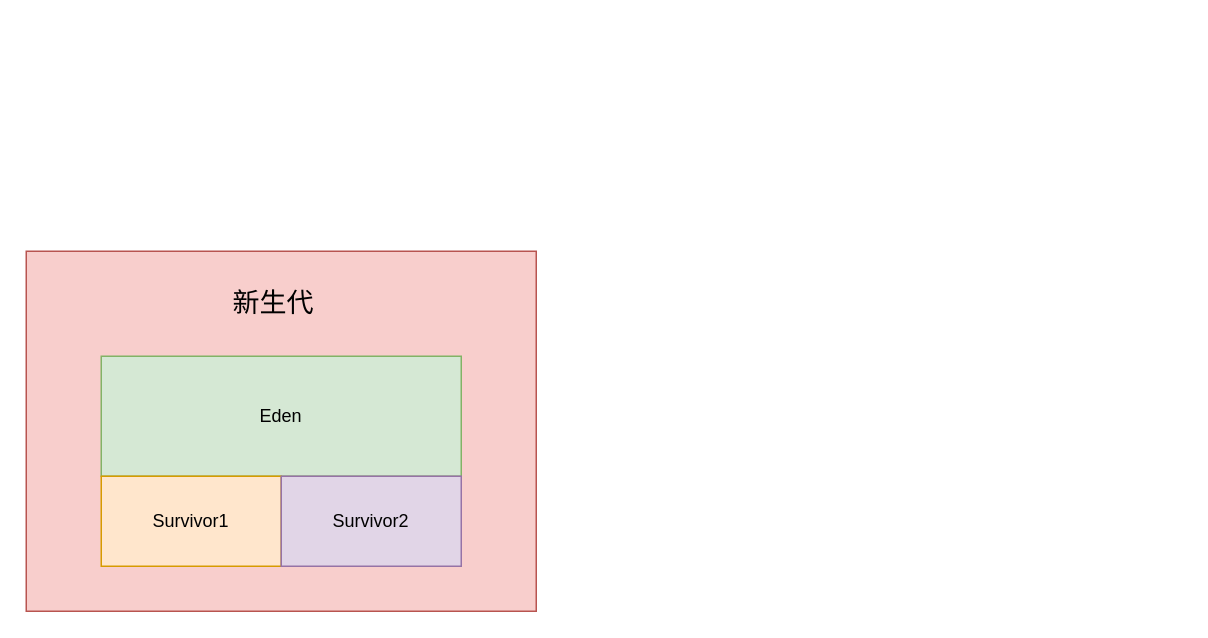
Earlier version of the draw.io diagram 架构笔记/从0开始带你成为JVM实战高手/019_"Stop the World”问题分析：JVM最让人无奈的痛点.drawio (childin/childin). Source tidied: cells renumbered, new cells numbered last; positions are measured from the earlier drawing's top-left corner, leaving out a move shared by most shapes. Both pictures are drawn from the tidied source at 150%, with x=0, y=0 at pixel (26, 250).
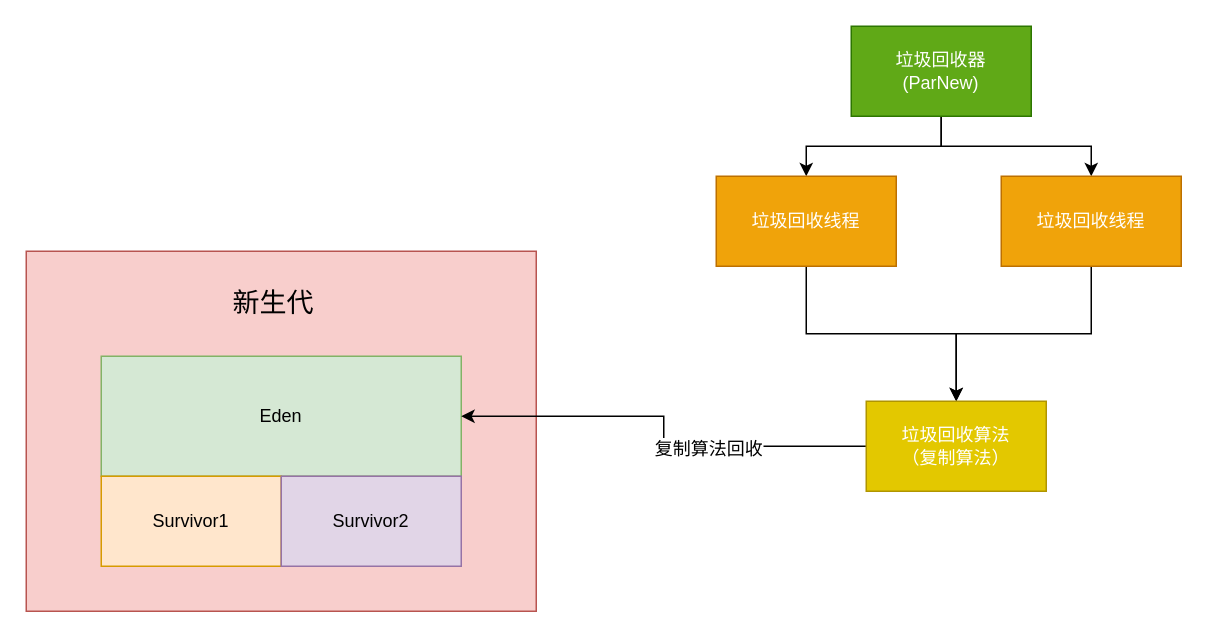
After the change.

Commit message (it also covers changes not shown here):
更新019_"Stop the World”问题分析：JVM最让人无奈的痛点.drawio

The edit, as a diff of the source:
```diff
@@
 <mxGraphModel>
   <root>
     <mxCell id="0" />
     <mxCell id="1" parent="0" />
     <mxCell id="2" style="rounded=0;whiteSpace=wrap;html=1;fillColor=#f8cecc;strokeColor=#b85450;" parent="1" vertex="1">
       <mxGeometry width="340" height="240" as="geometry" />
     </mxCell>
     <mxCell id="3" value="Eden" style="rounded=0;whiteSpace=wrap;html=1;fillColor=#d5e8d4;strokeColor=#82b366;" parent="1" vertex="1">
       <mxGeometry x="50" y="70" width="240" height="80" as="geometry" />
     </mxCell>
     <mxCell id="4" value="Survivor1" style="rounded=0;whiteSpace=wrap;html=1;fillColor=#ffe6cc;strokeColor=#d79b00;" parent="1" vertex="1">
       <mxGeometry x="50" y="150" width="120" height="60" as="geometry" />
     </mxCell>
     <mxCell id="5" value="Survivor2" style="rounded=0;whiteSpace=wrap;html=1;fillColor=#e1d5e7;strokeColor=#9673a6;" parent="1" vertex="1">
       <mxGeometry x="170" y="150" width="120" height="60" as="geometry" />
     </mxCell>
     <mxCell id="6" value="新生代" style="text;html=1;strokeColor=none;fillColor=none;align=center;verticalAlign=middle;whiteSpace=wrap;rounded=0;fontStyle=0;fontSize=18;" parent="1" vertex="1">
       <mxGeometry x="130" y="20" width="70" height="30" as="geometry" />
     </mxCell>
+    <mxCell id="7" style="edgeStyle=orthogonalEdgeStyle;rounded=0;jettySize=auto;html=1;fontSize=12;" parent="1" edge="1" source="9" target="11">
+      <mxGeometry relative="1" as="geometry" />
+    </mxCell>
+    <mxCell id="8" style="edgeStyle=orthogonalEdgeStyle;rounded=0;jettySize=auto;html=1;fontSize=12;" parent="1" edge="1" source="9" target="13">
+      <mxGeometry relative="1" as="geometry" />
+    </mxCell>
+    <mxCell id="9" value="垃圾回收器&lt;br&gt;(ParNew)" style="rounded=0;whiteSpace=wrap;html=1;fontSize=12;fillColor=#60a917;strokeColor=#2D7600;fontColor=#ffffff;" parent="1" vertex="1">
+      <mxGeometry x="550" y="-150" width="120" height="60" as="geometry" />
+    </mxCell>
+    <mxCell id="10" style="edgeStyle=orthogonalEdgeStyle;rounded=0;jettySize=auto;html=1;fontSize=12;" parent="1" edge="1" source="11" target="16">
+      <mxGeometry relative="1" as="geometry" />
+    </mxCell>
+    <mxCell id="11" value="垃圾回收线程" style="rounded=0;whiteSpace=wrap;html=1;fontSize=12;fillColor=#f0a30a;strokeColor=#BD7000;fontColor=#ffffff;" parent="1" vertex="1">
+      <mxGeometry x="460" y="-50" width="120" height="60" as="geometry" />
+    </mxCell>
+    <mxCell id="12" style="edgeStyle=orthogonalEdgeStyle;rounded=0;jettySize=auto;html=1;fontSize=12;" parent="1" edge="1" source="13" target="16">
+      <mxGeometry relative="1" as="geometry" />
+    </mxCell>
+    <mxCell id="13" value="垃圾回收线程" style="rounded=0;whiteSpace=wrap;html=1;fontSize=12;fillColor=#f0a30a;strokeColor=#BD7000;fontColor=#ffffff;" parent="1" vertex="1">
+      <mxGeometry x="650" y="-50" width="120" height="60" as="geometry" />
+    </mxCell>
+    <mxCell id="14" style="edgeStyle=orthogonalEdgeStyle;rounded=0;jettySize=auto;html=1;entryX=1;entryY=0.5;entryDx=0;entryDy=0;fontSize=12;" parent="1" edge="1" source="16" target="3">
+      <mxGeometry relative="1" as="geometry" />
+    </mxCell>
+    <mxCell id="15" value="复制算法回收" style="edgeLabel;html=1;align=center;verticalAlign=middle;fontSize=12;" parent="14" vertex="1">
+      <mxGeometry x="-0.27" y="1" relative="1" as="geometry" />
+    </mxCell>
+    <mxCell id="16" value="垃圾回收算法&lt;br&gt;（复制算法）" style="rounded=0;whiteSpace=wrap;html=1;fontSize=12;fillColor=#e3c800;strokeColor=#B09500;fontColor=#ffffff;" parent="1" vertex="1">
+      <mxGeometry x="560" y="100" width="120" height="60" as="geometry" />
+    </mxCell>
   </root>
 </mxGraphModel>
```
